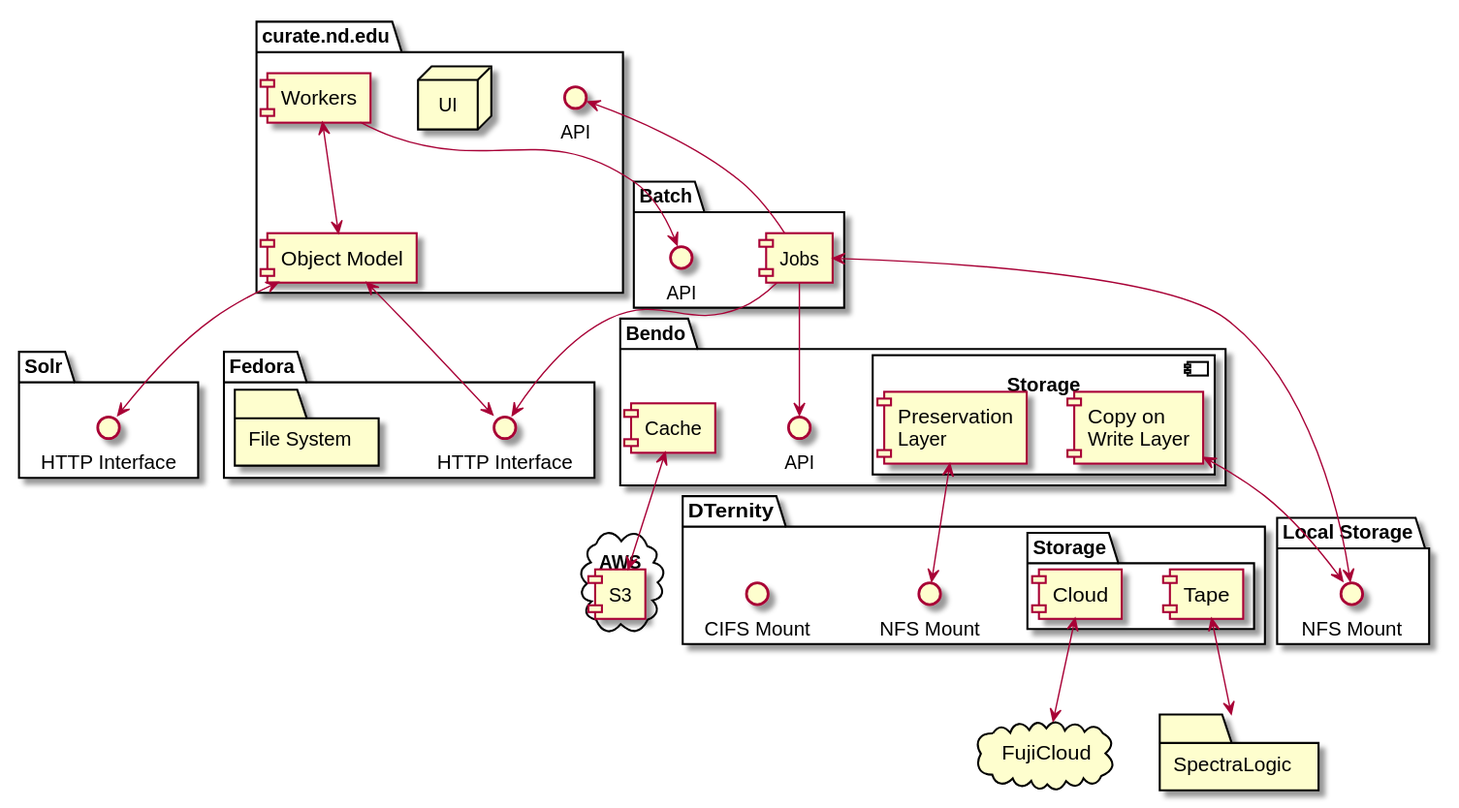
Above: plantuml/curate_nd.svg in ndlib/dam-ecosystem-mapping (PlantUML), before the change.
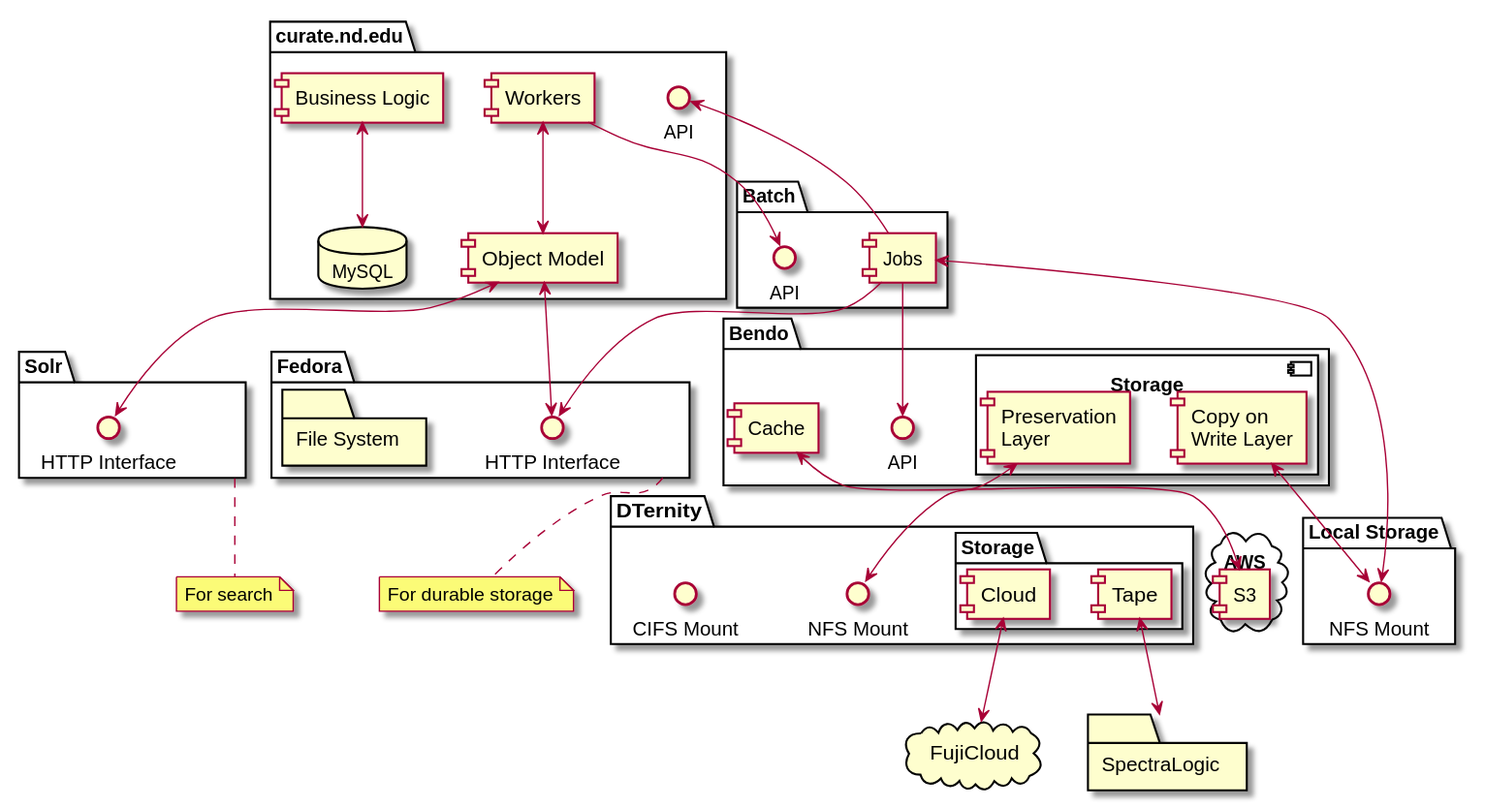
Above is the later version.

Commit message:
Updating diagrams to include notes and clarification

The edit, as a diff of the source:
```diff
@@ -3,19 +3,27 @@
 package "curate.nd.edu" {
   component "Object Model" as CurateOM
   component "Workers" as CurateW
-  node "UI" as CurateUI
+  component "Business Logic" as CurateBL
+  database MySQL
   interface "API" as CurateAPI
   CurateW <--> CurateOM
+  CurateBL <--> MySQL
 }
 
 package "Fedora" {
   interface "HTTP Interface" as FedoraHTTP
   folder "File System" as FedoraFS
 }
+note bottom of Fedora
+  For durable storage
+end note
 
 package "Solr" {
   interface "HTTP Interface" as SolrHTTP
 }
+note bottom of Solr
+  For search
+end note
 
 package "Batch" {
   interface API as BatchAPI
```
